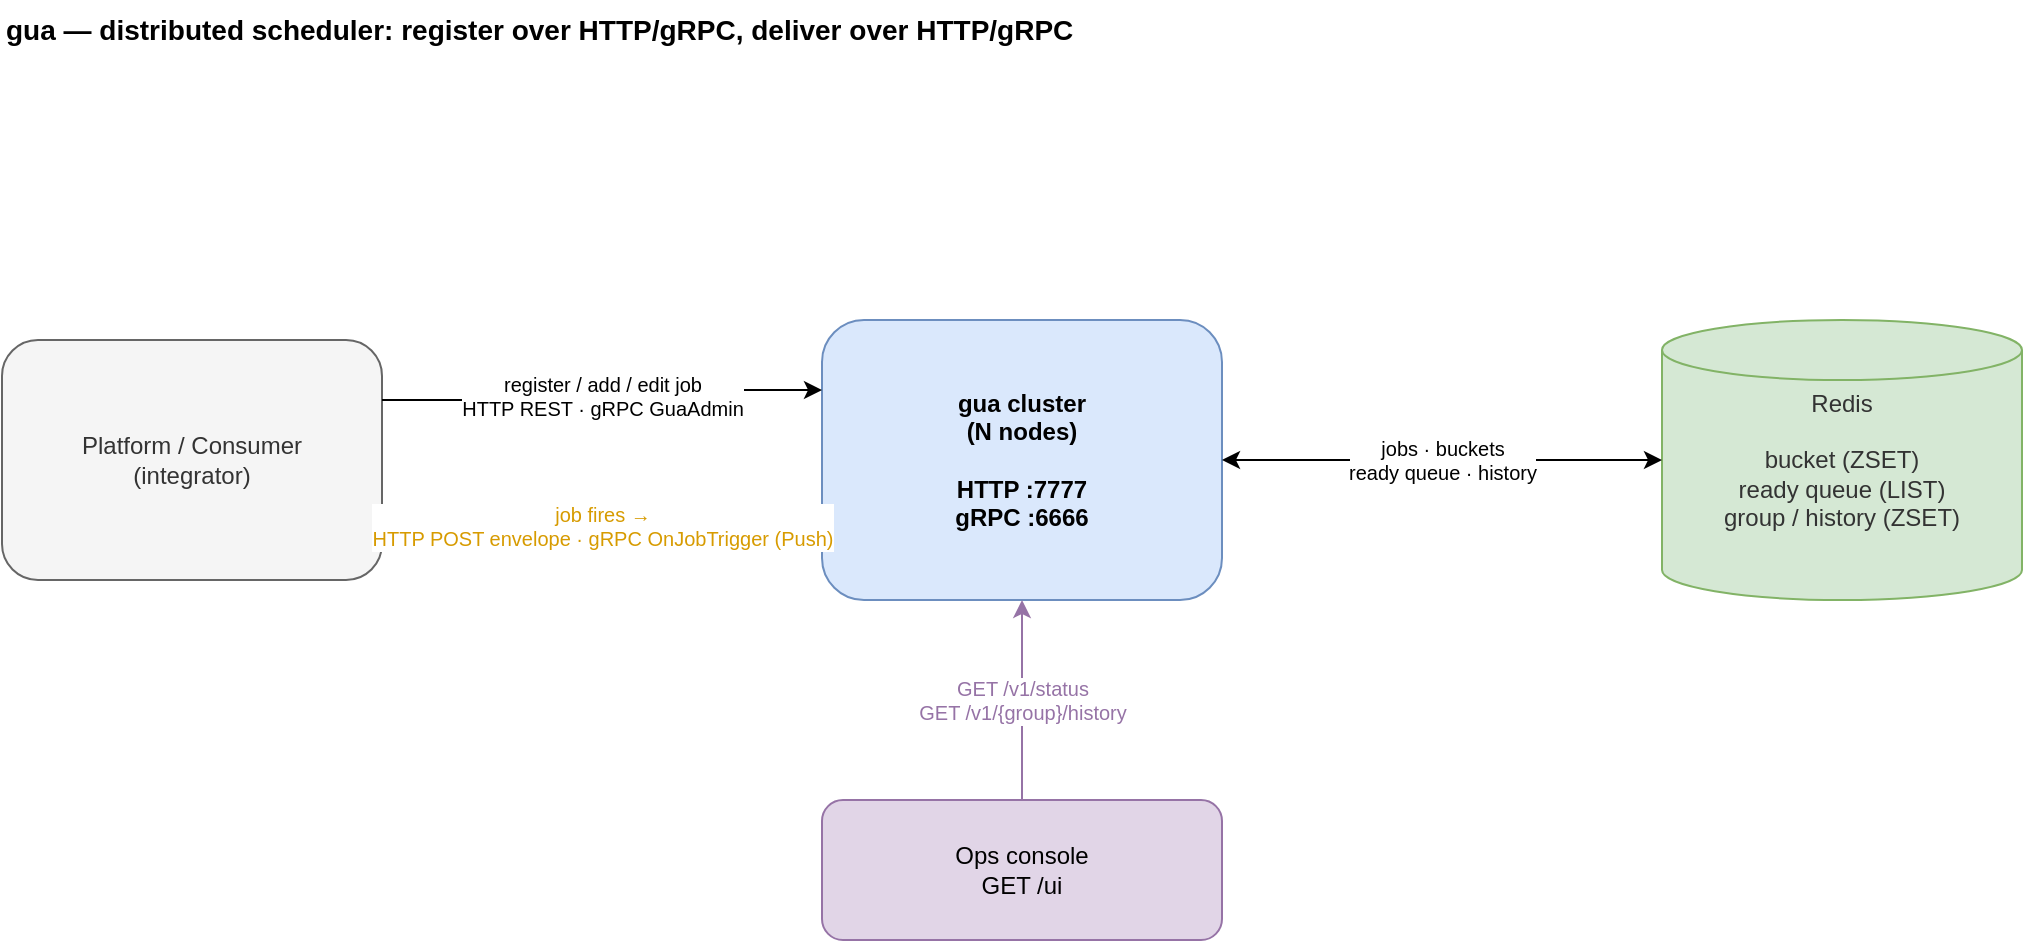
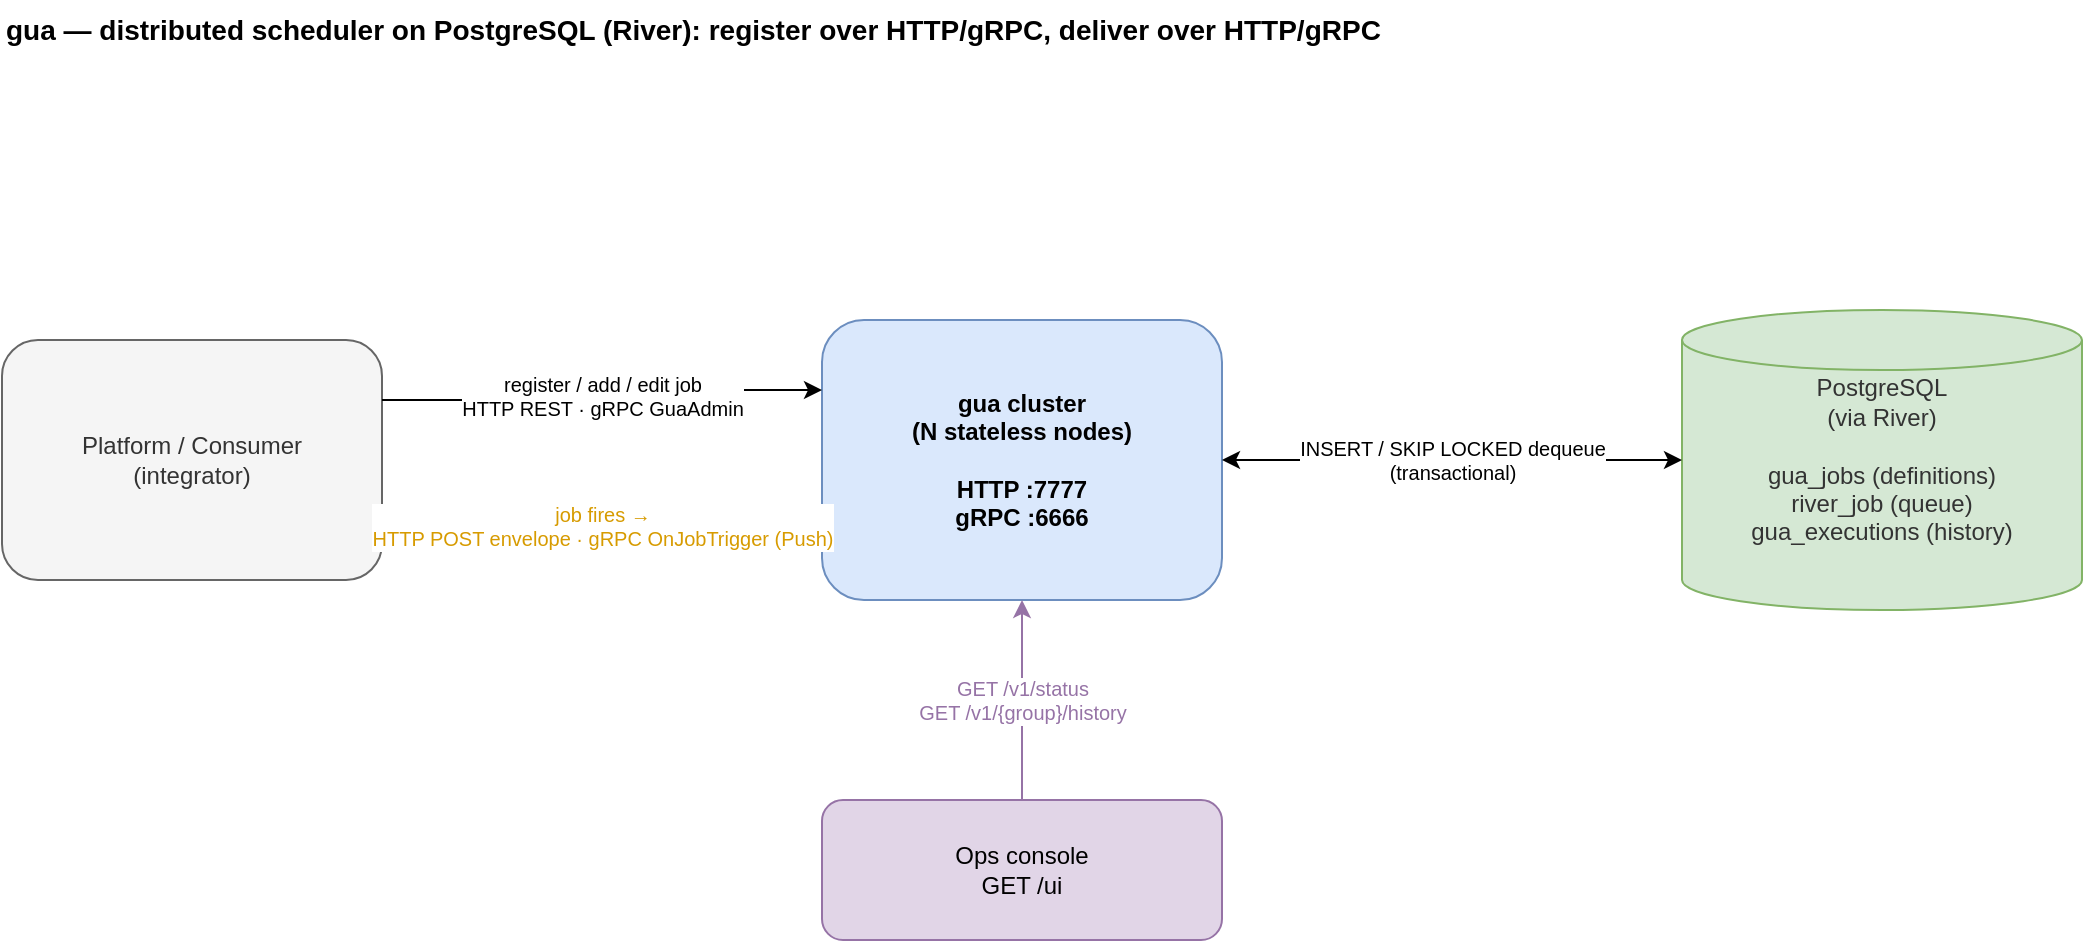
<?xml version="1.0" encoding="UTF-8"?>
<mxfile host="drawio" version="26.0.0">
  <diagram name="gua-architecture">
-     <mxGraphModel dx="800" dy="600" grid="1" gridSize="10" guides="1" tooltips="1" connect="1" arrows="1" fold="1" page="1" pageScale="1" pageWidth="1100" pageHeight="600" math="0" shadow="0">
+     <mxGraphModel dx="800" dy="600" grid="1" gridSize="10" guides="1" tooltips="1" connect="1" arrows="1" fold="1" page="1" pageScale="1" pageWidth="1140" pageHeight="600" math="0" shadow="0">
      <root>
        <mxCell id="0" />
        <mxCell id="1" parent="0" />
-         <mxCell id="title" value="gua — distributed scheduler: register over HTTP/gRPC, deliver over HTTP/gRPC" style="text;html=1;strokeColor=none;fillColor=none;align=left;verticalAlign=middle;fontStyle=1;fontSize=14;" vertex="1" parent="1">
-           <mxGeometry x="40" y="20" width="760" height="30" as="geometry" />
+         <mxCell id="title" value="gua — distributed scheduler on PostgreSQL (River): register over HTTP/gRPC, deliver over HTTP/gRPC" style="text;html=1;strokeColor=none;fillColor=none;align=left;verticalAlign=middle;fontStyle=1;fontSize=14;" vertex="1" parent="1">
+           <mxGeometry x="40" y="20" width="900" height="30" as="geometry" />
        </mxCell>
        <mxCell id="consumer" value="Platform / Consumer&#xa;(integrator)" style="rounded=1;whiteSpace=wrap;html=1;fillColor=#f5f5f5;strokeColor=#666666;fontColor=#333333;" vertex="1" parent="1">
          <mxGeometry x="40" y="190" width="190" height="120" as="geometry" />
        </mxCell>
-         <mxCell id="gua" value="gua cluster&#xa;(N nodes)&#xa;&#xa;HTTP :7777&#xa;gRPC :6666" style="rounded=1;whiteSpace=wrap;html=1;fillColor=#dae8fc;strokeColor=#6c8ebf;fontStyle=1;" vertex="1" parent="1">
+         <mxCell id="gua" value="gua cluster&#xa;(N stateless nodes)&#xa;&#xa;HTTP :7777&#xa;gRPC :6666" style="rounded=1;whiteSpace=wrap;html=1;fillColor=#dae8fc;strokeColor=#6c8ebf;fontStyle=1;" vertex="1" parent="1">
          <mxGeometry x="450" y="180" width="200" height="140" as="geometry" />
        </mxCell>
-         <mxCell id="redis" value="Redis&#xa;&#xa;bucket (ZSET)&#xa;ready queue (LIST)&#xa;group / history (ZSET)" style="shape=cylinder3;whiteSpace=wrap;html=1;fillColor=#d5e8d4;strokeColor=#82b366;fontColor=#333333;" vertex="1" parent="1">
-           <mxGeometry x="870" y="180" width="180" height="140" as="geometry" />
+         <mxCell id="pg" value="PostgreSQL&#xa;(via River)&#xa;&#xa;gua_jobs (definitions)&#xa;river_job (queue)&#xa;gua_executions (history)" style="shape=cylinder3;whiteSpace=wrap;html=1;fillColor=#d5e8d4;strokeColor=#82b366;fontColor=#333333;" vertex="1" parent="1">
+           <mxGeometry x="880" y="175" width="200" height="150" as="geometry" />
        </mxCell>
        <mxCell id="ops" value="Ops console&#xa;GET /ui" style="rounded=1;whiteSpace=wrap;html=1;fillColor=#e1d5e7;strokeColor=#9673a6;" vertex="1" parent="1">
          <mxGeometry x="450" y="420" width="200" height="70" as="geometry" />
        </mxCell>
        <mxCell id="e_reg" value="register / add / edit job&#xa;HTTP REST · gRPC GuaAdmin" style="edgeStyle=orthogonalEdgeStyle;rounded=1;orthogonalLoop=1;jettySize=auto;html=1;exitX=1;exitY=0.25;exitDx=0;exitDy=0;entryX=0;entryY=0.25;entryDx=0;entryDy=0;fontSize=10;" edge="1" parent="1" source="consumer" target="gua">
          <mxGeometry relative="1" as="geometry" />
        </mxCell>
        <mxCell id="e_deliver" value="job fires →&#xa;HTTP POST envelope · gRPC OnJobTrigger (Push)" style="edgeStyle=orthogonalEdgeStyle;rounded=1;orthogonalLoop=1;jettySize=auto;html=1;exitX=0;exitY=0.75;exitDx=0;exitDy=0;entryX=1;entryY=0.75;entryDx=0;entryDy=0;fontSize=10;strokeColor=#d79b00;fontColor=#d79b00;" edge="1" parent="1" source="gua" target="consumer">
          <mxGeometry relative="1" as="geometry" />
        </mxCell>
-         <mxCell id="e_redis" value="jobs · buckets&#xa;ready queue · history" style="edgeStyle=orthogonalEdgeStyle;rounded=1;orthogonalLoop=1;jettySize=auto;html=1;startArrow=classic;startFill=1;exitX=1;exitY=0.5;exitDx=0;exitDy=0;entryX=0;entryY=0.5;entryDx=0;entryDy=0;fontSize=10;" edge="1" parent="1" source="gua" target="redis">
+         <mxCell id="e_pg" value="INSERT / SKIP LOCKED dequeue&#xa;(transactional)" style="edgeStyle=orthogonalEdgeStyle;rounded=1;orthogonalLoop=1;jettySize=auto;html=1;startArrow=classic;startFill=1;exitX=1;exitY=0.5;exitDx=0;exitDy=0;entryX=0;entryY=0.5;entryDx=0;entryDy=0;fontSize=10;" edge="1" parent="1" source="gua" target="pg">
          <mxGeometry relative="1" as="geometry" />
        </mxCell>
        <mxCell id="e_mon" value="GET /v1/status&#xa;GET /v1/{group}/history" style="edgeStyle=orthogonalEdgeStyle;rounded=1;orthogonalLoop=1;jettySize=auto;html=1;exitX=0.5;exitY=0;exitDx=0;exitDy=0;entryX=0.5;entryY=1;entryDx=0;entryDy=0;fontSize=10;strokeColor=#9673a6;fontColor=#9673a6;" edge="1" parent="1" source="ops" target="gua">
          <mxGeometry relative="1" as="geometry" />
        </mxCell>
      </root>
    </mxGraphModel>
  </diagram>
</mxfile>
